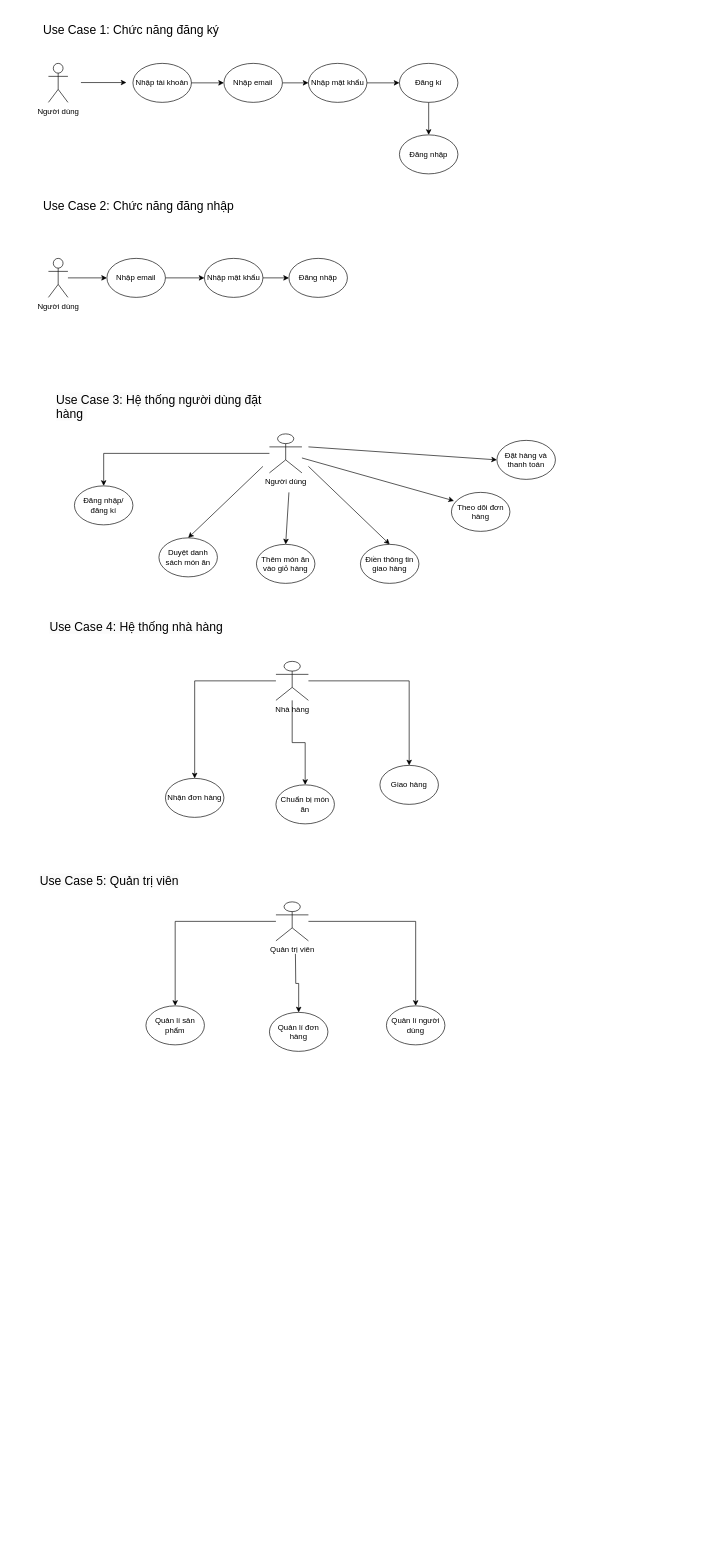
Earlier version of the draw.io diagram Biểu đồ không có tiêu đề.drawio (NguyenDuc0610/food-app). Source tidied: cells renumbered, new cells numbered last; positions are measured from the earlier drawing's top-left corner, leaving out a move shared by most shapes. Both pictures are drawn from the tidied source at 65%, with x=0, y=0 at pixel (38, 11).
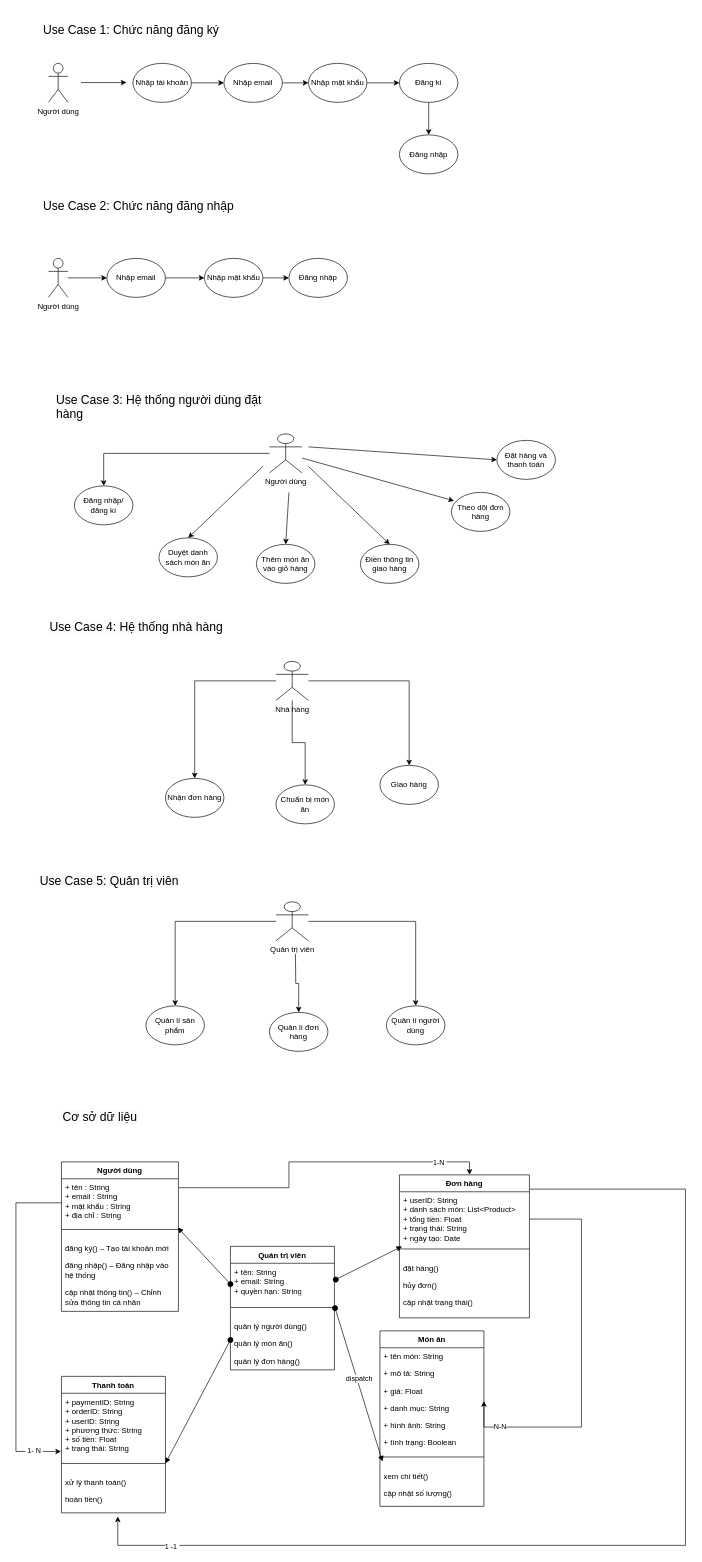
Above is the later version.

Commit message:
Cập nhật Biểu đồ không có tiêu đề.drawio

What changed in the source:
```diff
@@
+    <mxCell id="52" value="Người dùng" style="swimlane;fontStyle=1;align=center;verticalAlign=top;horizontal=1;startSize=26;whiteSpace=wrap;html=1;" parent="1" vertex="1">
+      <mxGeometry x="35" y="1770" width="180" height="230" as="geometry" />
+    </mxCell>
+    <mxCell id="53" value="&lt;div&gt;&lt;span style=&quot;background-color: transparent; color: light-dark(rgb(0, 0, 0), rgb(255, 255, 255));&quot;&gt;+ tên :&amp;nbsp;&lt;/span&gt;&lt;span style=&quot;background-color: transparent; color: light-dark(rgb(0, 0, 0), rgb(255, 255, 255));&quot;&gt;String&lt;/span&gt;&lt;/div&gt;&lt;div&gt;&lt;span style=&quot;background-color: transparent; color: light-dark(rgb(0, 0, 0), rgb(255, 255, 255));&quot;&gt;+&amp;nbsp;&lt;/span&gt;&lt;span style=&quot;background-color: transparent; color: light-dark(rgb(0, 0, 0), rgb(255, 255, 255));&quot;&gt;email :&amp;nbsp;&lt;/span&gt;&lt;span style=&quot;background-color: transparent; color: light-dark(rgb(0, 0, 0), rgb(255, 255, 255));&quot;&gt;String&lt;/span&gt;&lt;/div&gt;&lt;div&gt;&lt;span style=&quot;background-color: transparent; color: light-dark(rgb(0, 0, 0), rgb(255, 255, 255));&quot;&gt;+&amp;nbsp;&lt;/span&gt;&lt;span style=&quot;background-color: transparent; color: light-dark(rgb(0, 0, 0), rgb(255, 255, 255));&quot;&gt;mật khẩu : String&lt;/span&gt;&lt;/div&gt;&lt;div&gt;+ địa chỉ : String&lt;/div&gt;" style="text;strokeColor=none;fillColor=none;align=left;verticalAlign=top;spacingLeft=4;spacingRight=4;overflow=hidden;points=[[0,0.5],[1,0.5]];portConstraint=eastwest;whiteSpace=wrap;html=1;" parent="52" vertex="1">
+      <mxGeometry y="26" width="180" height="74" as="geometry" />
+    </mxCell>
+    <mxCell id="54" style="line;strokeWidth=1;fillColor=none;align=left;verticalAlign=middle;spacingTop=-1;spacingLeft=3;spacingRight=3;labelPosition=right;strokeColor=inherit;" parent="52" vertex="1">
+      <mxGeometry y="100" width="180" height="8" as="geometry" />
+    </mxCell>
+    <mxCell id="55" value="&lt;p class=&quot;p1&quot;&gt;&lt;span class=&quot;s1&quot;&gt;đăng ký()&lt;/span&gt; – Tạo tài khoản mới&lt;/p&gt;&lt;p class=&quot;p1&quot;&gt;&lt;span class=&quot;s1&quot;&gt;đăng nhập()&lt;/span&gt; – Đăng nhập vào hệ thống&lt;/p&gt;&lt;p class=&quot;p1&quot;&gt;&lt;span class=&quot;s1&quot;&gt;cập nhật thông tin()&lt;/span&gt; – Chỉnh sửa thông tin cá nhân&lt;/p&gt;" style="text;strokeColor=none;fillColor=none;align=left;verticalAlign=top;spacingLeft=4;spacingRight=4;overflow=hidden;whiteSpace=wrap;html=1;" parent="52" vertex="1">
+      <mxGeometry y="108" width="180" height="122" as="geometry" />
+    </mxCell>
+    <mxCell id="56" value="&lt;span style=&quot;color: rgb(0, 0, 0); font-family: Helvetica; font-size: 18.6667px; font-style: normal; font-variant-ligatures: normal; font-variant-caps: normal; font-weight: 400; letter-spacing: normal; orphans: 2; text-align: left; text-indent: 0px; text-transform: none; widows: 2; word-spacing: 0px; -webkit-text-stroke-width: 0px; white-space: normal; background-color: rgb(251, 251, 251); text-decoration-thickness: initial; text-decoration-style: initial; text-decoration-color: initial; float: none; display: inline !important;&quot;&gt;Cơ sở dữ liệu&lt;/span&gt;" style="text;whiteSpace=wrap;html=1;" parent="1" vertex="1">
+      <mxGeometry x="35" y="1684" width="300" height="50" as="geometry" />
+    </mxCell>
+    <mxCell id="57" value="Món ăn" style="swimlane;fontStyle=1;align=center;verticalAlign=top;horizontal=1;startSize=26;whiteSpace=wrap;html=1;" parent="1" vertex="1">
+      <mxGeometry x="525" y="2030" width="160" height="270" as="geometry" />
+    </mxCell>
+    <mxCell id="58" value="&lt;div&gt;&lt;span style=&quot;background-color: transparent; color: light-dark(rgb(0, 0, 0), rgb(255, 255, 255));&quot;&gt;+&amp;nbsp;&lt;/span&gt;&lt;span style=&quot;background-color: transparent; color: light-dark(rgb(0, 0, 0), rgb(255, 255, 255));&quot;&gt;tên món: String&lt;/span&gt;&lt;/div&gt;&lt;div&gt;&lt;p class=&quot;p1&quot;&gt;+ mô tả: String&lt;/p&gt;&lt;p class=&quot;p1&quot;&gt;+&amp;nbsp;&lt;span style=&quot;background-color: transparent; color: light-dark(rgb(0, 0, 0), rgb(255, 255, 255));&quot;&gt;giá: Float&lt;/span&gt;&lt;/p&gt;&lt;p class=&quot;p1&quot;&gt;&lt;span style=&quot;background-color: transparent; color: light-dark(rgb(0, 0, 0), rgb(255, 255, 255));&quot;&gt;+&amp;nbsp;&lt;/span&gt;&lt;span style=&quot;background-color: transparent; color: light-dark(rgb(0, 0, 0), rgb(255, 255, 255));&quot;&gt;danh mục: String&lt;/span&gt;&lt;/p&gt;&lt;p class=&quot;p1&quot;&gt;&lt;span style=&quot;background-color: transparent; color: light-dark(rgb(0, 0, 0), rgb(255, 255, 255));&quot;&gt;+&amp;nbsp;&lt;/span&gt;&lt;span style=&quot;background-color: transparent; color: light-dark(rgb(0, 0, 0), rgb(255, 255, 255));&quot;&gt;hình ảnh: String&lt;/span&gt;&lt;/p&gt;&lt;p class=&quot;p1&quot;&gt;&lt;span style=&quot;background-color: transparent; color: light-dark(rgb(0, 0, 0), rgb(255, 255, 255));&quot;&gt;+&amp;nbsp;&lt;/span&gt;&lt;span style=&quot;background-color: transparent; color: light-dark(rgb(0, 0, 0), rgb(255, 255, 255));&quot;&gt;tình trạng: Boolean&lt;/span&gt;&lt;/p&gt;&lt;/div&gt;" style="text;strokeColor=none;fillColor=none;align=left;verticalAlign=top;spacingLeft=4;spacingRight=4;overflow=hidden;points=[[0,0.5],[1,0.5]];portConstraint=eastwest;whiteSpace=wrap;html=1;" parent="57" vertex="1">
+      <mxGeometry y="26" width="160" height="164" as="geometry" />
+    </mxCell>
+    <mxCell id="59" style="line;strokeWidth=1;fillColor=none;align=left;verticalAlign=middle;spacingTop=-1;spacingLeft=3;spacingRight=3;labelPosition=right;strokeColor=inherit;" parent="57" vertex="1">
+      <mxGeometry y="190" width="160" height="8" as="geometry" />
+    </mxCell>
+    <mxCell id="60" value="&lt;p class=&quot;p1&quot;&gt;xem chi tiết()&lt;/p&gt;&lt;p class=&quot;p1&quot;&gt;cập nhật số lượng()&lt;/p&gt;" style="text;strokeColor=none;fillColor=none;align=left;verticalAlign=top;spacingLeft=4;spacingRight=4;overflow=hidden;points=[[0,0.5],[1,0.5]];portConstraint=eastwest;whiteSpace=wrap;html=1;" parent="57" vertex="1">
+      <mxGeometry y="198" width="160" height="72" as="geometry" />
+    </mxCell>
+    <mxCell id="61" value="Đơn hàng" style="swimlane;fontStyle=1;align=center;verticalAlign=top;horizontal=1;startSize=26;whiteSpace=wrap;html=1;" parent="1" vertex="1">
+      <mxGeometry x="555" y="1790" width="200" height="220" as="geometry" />
+    </mxCell>
+    <mxCell id="62" value="+&amp;nbsp;&lt;span style=&quot;background-color: transparent; color: light-dark(rgb(0, 0, 0), rgb(255, 255, 255));&quot;&gt;userID: String&lt;/span&gt;&lt;div&gt;&lt;span style=&quot;background-color: transparent; color: light-dark(rgb(0, 0, 0), rgb(255, 255, 255));&quot;&gt;+&amp;nbsp;&lt;/span&gt;&lt;span style=&quot;background-color: transparent; color: light-dark(rgb(0, 0, 0), rgb(255, 255, 255));&quot;&gt;danh sách món: List&amp;lt;Product&amp;gt;&lt;/span&gt;&lt;span style=&quot;background-color: transparent; color: light-dark(rgb(0, 0, 0), rgb(255, 255, 255));&quot; class=&quot;s1&quot;&gt;&amp;nbsp;&lt;/span&gt;&lt;/div&gt;&lt;div&gt;&lt;span style=&quot;background-color: transparent; color: light-dark(rgb(0, 0, 0), rgb(255, 255, 255));&quot; class=&quot;s1&quot;&gt;+&amp;nbsp;&lt;/span&gt;&lt;span style=&quot;background-color: transparent; color: light-dark(rgb(0, 0, 0), rgb(255, 255, 255));&quot;&gt;tổng tiền: Float&lt;/span&gt;&lt;/div&gt;&lt;div&gt;&lt;span style=&quot;background-color: transparent; color: light-dark(rgb(0, 0, 0), rgb(255, 255, 255));&quot;&gt;+&amp;nbsp;&lt;/span&gt;&lt;span style=&quot;background-color: transparent; color: light-dark(rgb(0, 0, 0), rgb(255, 255, 255));&quot;&gt;trạng thái: String&lt;/span&gt;&lt;/div&gt;&lt;div&gt;&lt;span style=&quot;background-color: transparent; color: light-dark(rgb(0, 0, 0), rgb(255, 255, 255));&quot;&gt;+&amp;nbsp;&lt;/span&gt;&lt;span style=&quot;background-color: transparent; color: light-dark(rgb(0, 0, 0), rgb(255, 255, 255));&quot;&gt;ngày tạo: Date&lt;/span&gt;&lt;/div&gt;" style="text;strokeColor=none;fillColor=none;align=left;verticalAlign=top;spacingLeft=4;spacingRight=4;overflow=hidden;points=[[0,0.5],[1,0.5]];portConstraint=eastwest;whiteSpace=wrap;html=1;" parent="61" vertex="1">
+      <mxGeometry y="26" width="200" height="84" as="geometry" />
+    </mxCell>
+    <mxCell id="63" style="line;strokeWidth=1;fillColor=none;align=left;verticalAlign=middle;spacingTop=-1;spacingLeft=3;spacingRight=3;labelPosition=right;points=[];portConstraint=eastwest;strokeColor=inherit;" parent="61" vertex="1">
+      <mxGeometry y="110" width="200" height="8" as="geometry" />
+    </mxCell>
+    <mxCell id="64" value="&lt;p class=&quot;p1&quot;&gt;đặt hàng()&lt;/p&gt;&lt;p class=&quot;p1&quot;&gt;hủy đơn()&lt;/p&gt;&lt;p class=&quot;p1&quot;&gt;cập nhật trạng thái()&lt;/p&gt;" style="text;strokeColor=none;fillColor=none;align=left;verticalAlign=top;spacingLeft=4;spacingRight=4;overflow=hidden;whiteSpace=wrap;html=1;" parent="61" vertex="1">
+      <mxGeometry y="118" width="200" height="102" as="geometry" />
+    </mxCell>
+    <mxCell id="65" value="Thanh toán" style="swimlane;fontStyle=1;align=center;verticalAlign=top;horizontal=1;startSize=26;whiteSpace=wrap;html=1;" parent="1" vertex="1">
+      <mxGeometry x="35" y="2100" width="160" height="210" as="geometry" />
+    </mxCell>
+    <mxCell id="66" value="+&amp;nbsp;&lt;span style=&quot;background-color: transparent; color: light-dark(rgb(0, 0, 0), rgb(255, 255, 255));&quot;&gt;paymentID: String&lt;/span&gt;&lt;div&gt;&lt;span style=&quot;background-color: transparent; color: light-dark(rgb(0, 0, 0), rgb(255, 255, 255));&quot;&gt;+&amp;nbsp;&lt;/span&gt;&lt;span style=&quot;background-color: transparent; color: light-dark(rgb(0, 0, 0), rgb(255, 255, 255));&quot;&gt;orderID: String&lt;/span&gt;&lt;/div&gt;&lt;div&gt;&lt;span style=&quot;background-color: transparent; color: light-dark(rgb(0, 0, 0), rgb(255, 255, 255));&quot;&gt;+&amp;nbsp;&lt;/span&gt;&lt;span style=&quot;background-color: transparent; color: light-dark(rgb(0, 0, 0), rgb(255, 255, 255));&quot;&gt;userID: String&lt;/span&gt;&lt;/div&gt;&lt;div&gt;&lt;span style=&quot;background-color: transparent; color: light-dark(rgb(0, 0, 0), rgb(255, 255, 255));&quot;&gt;+&amp;nbsp;&lt;/span&gt;&lt;span style=&quot;background-color: transparent; color: light-dark(rgb(0, 0, 0), rgb(255, 255, 255));&quot;&gt;phương thức: String&lt;/span&gt;&lt;span style=&quot;background-color: transparent; color: light-dark(rgb(0, 0, 0), rgb(255, 255, 255));&quot; class=&quot;s1&quot;&gt;&amp;nbsp;&lt;/span&gt;&lt;/div&gt;&lt;div&gt;&lt;span style=&quot;background-color: transparent; color: light-dark(rgb(0, 0, 0), rgb(255, 255, 255));&quot; class=&quot;s1&quot;&gt;+&amp;nbsp;&lt;/span&gt;&lt;span style=&quot;background-color: transparent; color: light-dark(rgb(0, 0, 0), rgb(255, 255, 255));&quot;&gt;số tiền: Float&lt;/span&gt;&lt;/div&gt;&lt;div&gt;&lt;span style=&quot;background-color: transparent; color: light-dark(rgb(0, 0, 0), rgb(255, 255, 255));&quot;&gt;+&amp;nbsp;&lt;/span&gt;&lt;span style=&quot;background-color: transparent; color: light-dark(rgb(0, 0, 0), rgb(255, 255, 255));&quot;&gt;trạng thái: String&lt;/span&gt;&lt;span style=&quot;background-color: transparent; color: light-dark(rgb(0, 0, 0), rgb(255, 255, 255));&quot; class=&quot;s1&quot;&gt;&amp;nbsp;&lt;/span&gt;&lt;/div&gt;" style="text;strokeColor=none;fillColor=none;align=left;verticalAlign=top;spacingLeft=4;spacingRight=4;overflow=hidden;points=[[0,0.5],[1,0.5]];portConstraint=eastwest;whiteSpace=wrap;html=1;" parent="65" vertex="1">
+      <mxGeometry y="26" width="160" height="104" as="geometry" />
+    </mxCell>
+    <mxCell id="67" style="line;strokeWidth=1;fillColor=none;align=left;verticalAlign=middle;spacingTop=-1;spacingLeft=3;spacingRight=3;labelPosition=right;strokeColor=inherit;" parent="65" vertex="1">
+      <mxGeometry y="130" width="160" height="8" as="geometry" />
+    </mxCell>
+    <mxCell id="68" value="&lt;p class=&quot;p1&quot;&gt;xử lý thanh toán()&lt;/p&gt;&lt;p class=&quot;p1&quot;&gt;hoàn tiền()&lt;/p&gt;" style="text;strokeColor=none;fillColor=none;align=left;verticalAlign=top;spacingLeft=4;spacingRight=4;overflow=hidden;points=[[0,0.5],[1,0.5]];portConstraint=eastwest;whiteSpace=wrap;html=1;" parent="65" vertex="1">
+      <mxGeometry y="138" width="160" height="72" as="geometry" />
+    </mxCell>
+    <mxCell id="69" value="Quản trị viên" style="swimlane;fontStyle=1;align=center;verticalAlign=top;horizontal=1;startSize=26;whiteSpace=wrap;html=1;" parent="1" vertex="1">
+      <mxGeometry x="295" y="1900" width="160" height="190" as="geometry" />
+    </mxCell>
+    <mxCell id="70" value="+&amp;nbsp;&lt;span style=&quot;background-color: transparent; color: light-dark(rgb(0, 0, 0), rgb(255, 255, 255));&quot;&gt;tên: String&lt;/span&gt;&lt;div&gt;&lt;span style=&quot;background-color: transparent; color: light-dark(rgb(0, 0, 0), rgb(255, 255, 255));&quot;&gt;+&amp;nbsp;&lt;/span&gt;&lt;span style=&quot;background-color: transparent; color: light-dark(rgb(0, 0, 0), rgb(255, 255, 255));&quot;&gt;email: String&lt;/span&gt;&lt;/div&gt;&lt;div&gt;&lt;span style=&quot;background-color: transparent; color: light-dark(rgb(0, 0, 0), rgb(255, 255, 255));&quot;&gt;+&amp;nbsp;&lt;/span&gt;&lt;span style=&quot;background-color: transparent; color: light-dark(rgb(0, 0, 0), rgb(255, 255, 255));&quot;&gt;quyền hạn: String&lt;/span&gt;&lt;/div&gt;" style="text;strokeColor=none;fillColor=none;align=left;verticalAlign=top;spacingLeft=4;spacingRight=4;overflow=hidden;points=[[0,0.5],[1,0.5]];portConstraint=eastwest;whiteSpace=wrap;html=1;" parent="69" vertex="1">
+      <mxGeometry y="26" width="160" height="64" as="geometry" />
+    </mxCell>
+    <mxCell id="71" style="line;strokeWidth=1;fillColor=none;align=left;verticalAlign=middle;spacingTop=-1;spacingLeft=3;spacingRight=3;labelPosition=right;strokeColor=inherit;" parent="69" vertex="1">
+      <mxGeometry y="90" width="160" height="8" as="geometry" />
+    </mxCell>
+    <mxCell id="72" value="&lt;p class=&quot;p1&quot;&gt;quản lý người dùng()&lt;/p&gt;&lt;p class=&quot;p1&quot;&gt;quản lý món ăn()&lt;/p&gt;&lt;p class=&quot;p1&quot;&gt;quản lý đơn hàng()&lt;/p&gt;" style="text;strokeColor=none;fillColor=none;align=left;verticalAlign=top;spacingLeft=4;spacingRight=4;overflow=hidden;points=[[0,0.5],[1,0.5]];portConstraint=eastwest;whiteSpace=wrap;html=1;" parent="69" vertex="1">
+      <mxGeometry y="98" width="160" height="92" as="geometry" />
+    </mxCell>
+    <mxCell id="73" style="html=1;verticalAlign=bottom;startArrow=oval;startFill=1;endArrow=block;startSize=8;curved=0;rounded=0;exitX=0;exitY=0.5;exitDx=0;exitDy=0;entryX=1;entryY=1.038;entryDx=0;entryDy=0;entryPerimeter=0;" parent="1" edge="1" source="72" target="66">
+      <mxGeometry relative="1" as="geometry" />
+    </mxCell>
+    <mxCell id="74" style="html=1;verticalAlign=bottom;startArrow=oval;startFill=1;endArrow=block;startSize=8;curved=0;rounded=0;exitX=0;exitY=0.5;exitDx=0;exitDy=0;entryX=0.994;entryY=1.014;entryDx=0;entryDy=0;entryPerimeter=0;" parent="1" edge="1" source="70" target="53">
+      <mxGeometry x="-0.01" relative="1" as="geometry" />
+    </mxCell>
+    <mxCell id="75" style="html=1;verticalAlign=bottom;startArrow=oval;startFill=1;endArrow=block;startSize=8;curved=0;rounded=0;entryX=0.02;entryY=0;entryDx=0;entryDy=0;entryPerimeter=0;exitX=1.013;exitY=0.391;exitDx=0;exitDy=0;exitPerimeter=0;" parent="1" edge="1" source="70" target="63">
+      <mxGeometry x="0.07" y="15" relative="1" as="geometry" />
+    </mxCell>
+    <mxCell id="76" value="dispatch" style="html=1;verticalAlign=bottom;startArrow=oval;startFill=1;endArrow=block;startSize=8;curved=0;rounded=0;entryX=0.025;entryY=0.042;entryDx=0;entryDy=0;entryPerimeter=0;exitX=1.006;exitY=-0.033;exitDx=0;exitDy=0;exitPerimeter=0;" parent="1" edge="1" source="72" target="60">
+      <mxGeometry relative="1" as="geometry" />
+    </mxCell>
+    <mxCell id="77" style="edgeStyle=orthogonalEdgeStyle;rounded=0;jettySize=auto;html=1;entryX=1;entryY=0.5;entryDx=0;entryDy=0;" parent="1" edge="1" source="62" target="58">
+      <mxGeometry relative="1" as="geometry">
+        <Array as="points">
+          <mxPoint x="835" y="1858" />
+          <mxPoint x="835" y="2178" />
+        </Array>
+      </mxGeometry>
+    </mxCell>
+    <mxCell id="78" value="N-N" style="edgeLabel;html=1;align=center;verticalAlign=middle;" parent="77" vertex="1">
+      <mxGeometry x="0.78" y="-1" relative="1" as="geometry">
+        <mxPoint x="-1" as="offset" />
+      </mxGeometry>
+    </mxCell>
+    <mxCell id="79" style="edgeStyle=orthogonalEdgeStyle;rounded=0;jettySize=auto;html=1;entryX=0.539;entryY=-0.001;entryDx=0;entryDy=0;entryPerimeter=0;exitX=1.002;exitY=0.186;exitDx=0;exitDy=0;exitPerimeter=0;" parent="1" edge="1" source="53" target="61">
+      <mxGeometry relative="1" as="geometry" />
+    </mxCell>
+    <mxCell id="80" value="1-N&amp;nbsp;" style="edgeLabel;html=1;align=center;verticalAlign=middle;" parent="79" vertex="1">
+      <mxGeometry x="0.74" relative="1" as="geometry" />
+    </mxCell>
+    <mxCell id="81" style="edgeStyle=orthogonalEdgeStyle;rounded=0;jettySize=auto;html=1;entryX=0.542;entryY=1.077;entryDx=0;entryDy=0;entryPerimeter=0;exitX=1.002;exitY=-0.049;exitDx=0;exitDy=0;exitPerimeter=0;" parent="1" edge="1" source="62" target="68">
+      <mxGeometry relative="1" as="geometry">
+        <Array as="points">
+          <mxPoint x="995" y="1812" />
+          <mxPoint x="995" y="2360" />
+          <mxPoint x="122" y="2360" />
+        </Array>
+      </mxGeometry>
+    </mxCell>
+    <mxCell id="82" value="1 -1&amp;nbsp;" style="edgeLabel;html=1;align=center;verticalAlign=middle;" parent="81" vertex="1">
+      <mxGeometry x="0.85" y="1" relative="1" as="geometry" />
+    </mxCell>
+    <mxCell id="83" style="edgeStyle=orthogonalEdgeStyle;rounded=0;jettySize=auto;html=1;entryX=-0.004;entryY=0.861;entryDx=0;entryDy=0;entryPerimeter=0;" parent="1" edge="1" source="53" target="66">
+      <mxGeometry relative="1" as="geometry">
+        <Array as="points">
+          <mxPoint x="-35" y="1833" />
+          <mxPoint x="-35" y="2216" />
+        </Array>
+      </mxGeometry>
+    </mxCell>
+    <mxCell id="84" value="&amp;nbsp;1- N&amp;nbsp;" style="edgeLabel;html=1;align=center;verticalAlign=middle;" parent="83" vertex="1">
+      <mxGeometry x="0.84" y="1" relative="1" as="geometry" />
+    </mxCell>
```
